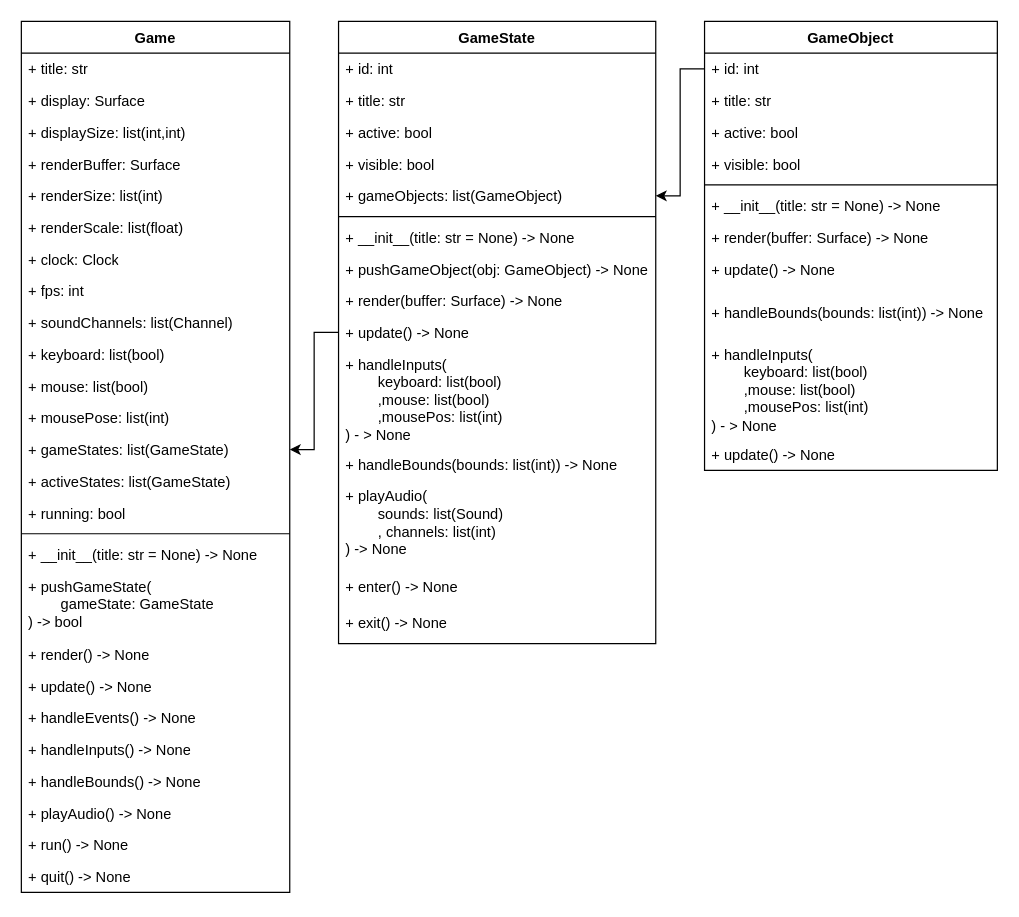
The draw.io diagram Docs/GameFramework.drawio in TheOpenSourceArtist/BubsLastResort, before the edit. Source tidied: cells renumbered, new cells numbered last; positions are measured from the earlier drawing's top-left corner, leaving out a move shared by most shapes. Both pictures are drawn from the tidied source at 122%, with x=0, y=0 at pixel (21, 21).
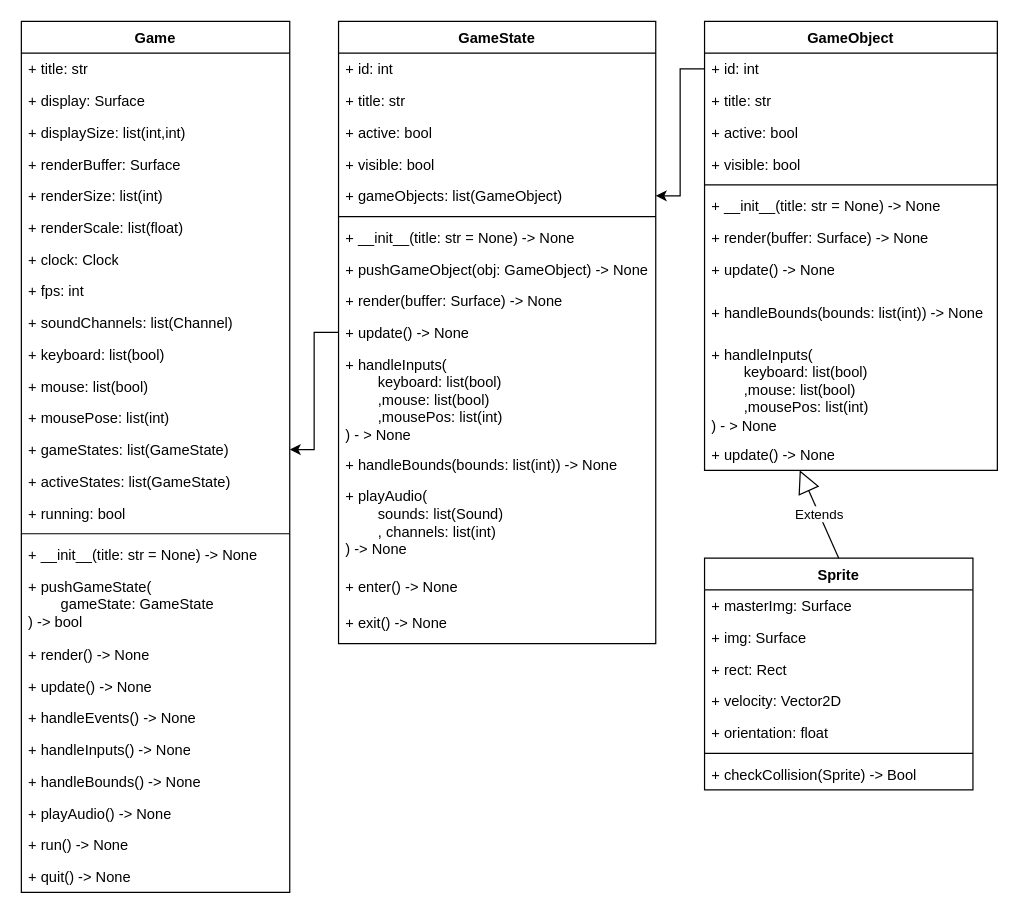
After the change.

Commit message (it also covers changes not shown here):
Updated OSA UML for Sprite Class

Diff of the diagram source:
```diff
@@
+    <mxCell id="59" value="Sprite" style="swimlane;fontStyle=1;align=center;verticalAlign=top;horizontal=1;startSize=26;" parent="1" vertex="1">
+      <mxGeometry x="560" y="440" width="220" height="190" as="geometry" />
+    </mxCell>
+    <mxCell id="60" value="+ masterImg: Surface" style="text;strokeColor=none;fillColor=none;align=left;verticalAlign=top;spacingLeft=4;spacingRight=4;overflow=hidden;" parent="59" vertex="1">
+      <mxGeometry y="26" width="220" height="26" as="geometry" />
+    </mxCell>
+    <mxCell id="61" value="+ img: Surface" style="text;strokeColor=none;fillColor=none;align=left;verticalAlign=top;spacingLeft=4;spacingRight=4;overflow=hidden;" parent="59" vertex="1">
+      <mxGeometry y="52" width="220" height="26" as="geometry" />
+    </mxCell>
+    <mxCell id="62" value="+ rect: Rect" style="text;strokeColor=none;fillColor=none;align=left;verticalAlign=top;spacingLeft=4;spacingRight=4;overflow=hidden;" parent="59" vertex="1">
+      <mxGeometry y="78" width="220" height="26" as="geometry" />
+    </mxCell>
+    <mxCell id="63" value="+ velocity: Vector2D" style="text;strokeColor=none;fillColor=none;align=left;verticalAlign=top;spacingLeft=4;spacingRight=4;overflow=hidden;" parent="59" vertex="1">
+      <mxGeometry y="104" width="220" height="26" as="geometry" />
+    </mxCell>
+    <mxCell id="64" value="+ orientation: float" style="text;strokeColor=none;fillColor=none;align=left;verticalAlign=top;spacingLeft=4;spacingRight=4;overflow=hidden;" parent="59" vertex="1">
+      <mxGeometry y="130" width="220" height="26" as="geometry" />
+    </mxCell>
+    <mxCell id="65" style="line;strokeWidth=1;fillColor=none;align=left;verticalAlign=middle;spacingTop=-1;spacingLeft=3;spacingRight=3;labelPosition=right;" parent="59" vertex="1">
+      <mxGeometry y="156" width="220" height="8" as="geometry" />
+    </mxCell>
+    <mxCell id="66" value="+ checkCollision(Sprite) -&gt; Bool" style="text;strokeColor=none;fillColor=none;align=left;verticalAlign=top;spacingLeft=4;spacingRight=4;overflow=hidden;" parent="59" vertex="1">
+      <mxGeometry y="164" width="220" height="26" as="geometry" />
+    </mxCell>
+    <mxCell id="67" value="Extends" style="endArrow=block;endSize=16;endFill=0;html=1;rounded=0;exitX=0.5;exitY=0;exitDx=0;exitDy=0;" parent="1" edge="1" source="59">
+      <mxGeometry relative="1" as="geometry">
+        <mxPoint x="638" y="368" as="targetPoint" />
+      </mxGeometry>
+    </mxCell>
```
